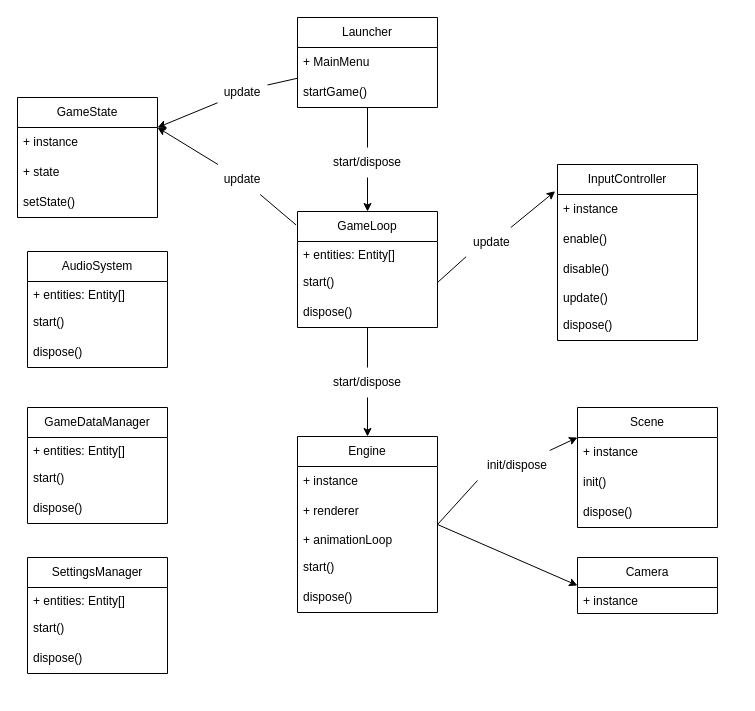
This is docs/serviceDeps.drawio from gionathas/ThreeCraft, a draw.io file, before an edit. Source tidied: cells renumbered, new cells numbered last; positions are measured from the earlier drawing's top-left corner, leaving out a move shared by most shapes. Both pictures are drawn from the tidied source at 100%, with x=0, y=0 at pixel (17, 17).
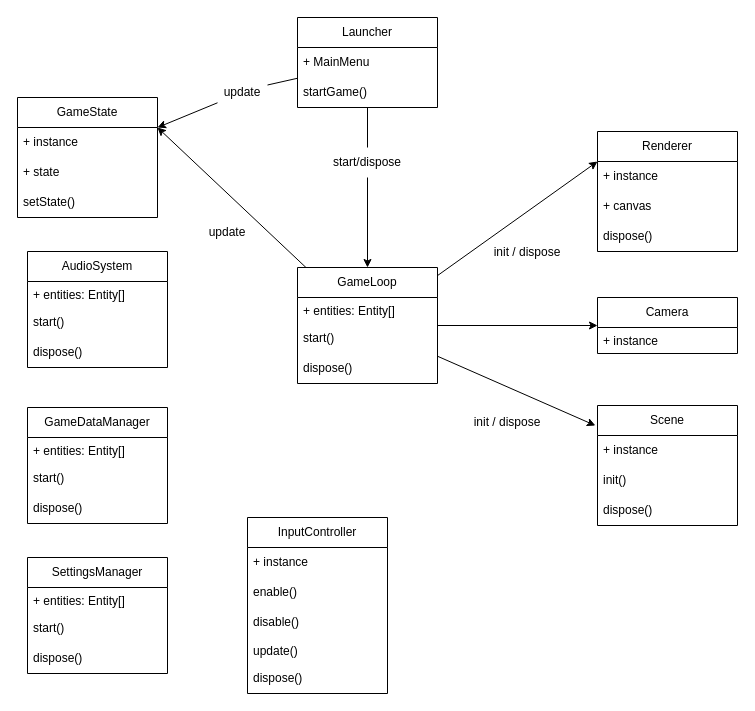
Above is the later version.

Commit message (it also covers changes not shown here):
refactor engine class into renderer class

Unchanged cells that the change refers to:
```xml
<mxCell id="20" value="GameState" style="swimlane;fontStyle=0;horizontal=1;startSize=30;whiteSpace=wrap;html=1;" parent="1" vertex="1">
  <mxGeometry y="80" width="140" height="120" as="geometry" />
</mxCell>
<mxCell id="27" value="start()" style="text;strokeColor=none;fillColor=none;align=left;verticalAlign=middle;spacingLeft=4;spacingRight=4;overflow=hidden;points=[[0,0.5],[1,0.5]];portConstraint=eastwest;whiteSpace=wrap;html=1;" parent="25" vertex="1">
  <mxGeometry y="56" width="140" height="30" as="geometry" />
</mxCell>
```

Diff of the diagram source:
```diff
@@
-    <mxCell id="2" style="edgeStyle=none;html=1;exitX=1;exitY=0.5;exitDx=0;exitDy=0;entryX=0;entryY=0.5;entryDx=0;entryDy=0;" parent="1" edge="1" source="3" target="13">
-      <mxGeometry relative="1" as="geometry" />
-    </mxCell>
-    <mxCell id="3" value="Engine" style="swimlane;fontStyle=0;horizontal=1;startSize=30;whiteSpace=wrap;html=1;" parent="1" vertex="1">
-      <mxGeometry x="280" y="419" width="140" height="176" as="geometry" />
-    </mxCell>
-    <mxCell id="4" value="+ instance" style="text;strokeColor=none;fillColor=none;align=left;verticalAlign=middle;spacingLeft=4;spacingRight=4;overflow=hidden;whiteSpace=wrap;html=1;" parent="3" vertex="1">
-      <mxGeometry y="30" width="140" height="30" as="geometry" />
-    </mxCell>
-    <mxCell id="5" value="+ renderer" style="text;strokeColor=none;fillColor=none;align=left;verticalAlign=middle;spacingLeft=4;spacingRight=4;overflow=hidden;whiteSpace=wrap;html=1;" parent="3" vertex="1">
-      <mxGeometry y="60" width="140" height="30" as="geometry" />
-    </mxCell>
-    <mxCell id="6" value="+ animationLoop" style="text;strokeColor=none;fillColor=none;align=left;verticalAlign=top;spacingLeft=4;spacingRight=4;overflow=hidden;whiteSpace=wrap;html=1;" parent="3" vertex="1">
-      <mxGeometry y="90" width="140" height="26" as="geometry" />
-    </mxCell>
-    <mxCell id="7" value="start()" style="text;strokeColor=none;fillColor=none;align=left;verticalAlign=middle;spacingLeft=4;spacingRight=4;overflow=hidden;whiteSpace=wrap;html=1;" parent="3" vertex="1">
-      <mxGeometry y="116" width="140" height="30" as="geometry" />
-    </mxCell>
-    <mxCell id="8" value="dispose()" style="text;strokeColor=none;fillColor=none;align=left;verticalAlign=middle;spacingLeft=4;spacingRight=4;overflow=hidden;whiteSpace=wrap;html=1;" parent="3" vertex="1">
-      <mxGeometry y="146" width="140" height="30" as="geometry" />
-    </mxCell>
     <mxCell id="9" value="Scene" style="swimlane;fontStyle=0;horizontal=1;startSize=30;whiteSpace=wrap;html=1;" parent="1" vertex="1">
-      <mxGeometry x="560" y="390" width="140" height="120" as="geometry" />
+      <mxGeometry x="580" y="388" width="140" height="120" as="geometry" />
     </mxCell>
@@
     <mxCell id="13" value="Camera" style="swimlane;fontStyle=0;horizontal=1;startSize=30;whiteSpace=wrap;html=1;" parent="1" vertex="1">
-      <mxGeometry x="560" y="540" width="140" height="56" as="geometry" />
+      <mxGeometry x="580" y="280" width="140" height="56" as="geometry" />
     </mxCell>
@@
-    <mxCell id="24" style="edgeStyle=none;html=1;entryX=0.5;entryY=0;entryDx=0;entryDy=0;startArrow=none;" parent="1" edge="1" source="52" target="3">
-      <mxGeometry relative="1" as="geometry" />
-    </mxCell>
+    <mxCell id="62" style="edgeStyle=none;html=1;entryX=0;entryY=0.5;entryDx=0;entryDy=0;" parent="1" edge="1" source="25" target="13">
+      <mxGeometry relative="1" as="geometry" />
+    </mxCell>
+    <mxCell id="63" style="edgeStyle=none;html=1;entryX=0;entryY=0.25;entryDx=0;entryDy=0;" parent="1" edge="1" source="25" target="66">
+      <mxGeometry relative="1" as="geometry" />
+    </mxCell>
+    <mxCell id="64" style="edgeStyle=none;html=1;entryX=-0.015;entryY=0.167;entryDx=0;entryDy=0;entryPerimeter=0;" parent="1" edge="1" source="25" target="9">
+      <mxGeometry relative="1" as="geometry" />
+    </mxCell>
+    <mxCell id="65" style="edgeStyle=none;html=1;entryX=1;entryY=0.25;entryDx=0;entryDy=0;" parent="1" edge="1" source="25" target="20">
+      <mxGeometry relative="1" as="geometry" />
+    </mxCell>
     <mxCell id="25" value="GameLoop" style="swimlane;fontStyle=0;horizontal=1;startSize=30;whiteSpace=wrap;html=1;" parent="1" vertex="1">
-      <mxGeometry x="280" y="194" width="140" height="116" as="geometry" />
+      <mxGeometry x="280" y="250" width="140" height="116" as="geometry" />
     </mxCell>
@@
     <mxCell id="29" value="InputController" style="swimlane;fontStyle=0;horizontal=1;startSize=30;whiteSpace=wrap;html=1;" parent="1" vertex="1">
-      <mxGeometry x="540" y="147" width="140" height="176" as="geometry" />
+      <mxGeometry x="230" y="500" width="140" height="176" as="geometry" />
     </mxCell>
@@
-    <mxCell id="51" style="edgeStyle=none;html=1;entryX=0.5;entryY=0;entryDx=0;entryDy=0;endArrow=none;" parent="1" edge="1" source="25" target="52">
-      <mxGeometry relative="1" as="geometry" />
-    </mxCell>
-    <mxCell id="52" value="start/dispose" style="text;html=1;strokeColor=none;fillColor=none;align=center;verticalAlign=middle;whiteSpace=wrap;rounded=0;" parent="1" vertex="1">
-      <mxGeometry x="305" y="350" width="90" height="30" as="geometry" />
-    </mxCell>
-    <mxCell id="53" style="edgeStyle=none;html=1;entryX=1;entryY=0.25;entryDx=0;entryDy=0;startArrow=none;" parent="1" edge="1" source="55" target="20">
-      <mxGeometry relative="1" as="geometry" />
-    </mxCell>
-    <mxCell id="54" style="edgeStyle=none;html=1;endArrow=none;exitX=-0.01;exitY=0.116;exitDx=0;exitDy=0;exitPerimeter=0;" parent="1" edge="1" source="25" target="55">
-      <mxGeometry relative="1" as="geometry" />
-    </mxCell>
+    <mxCell id="66" value="Renderer" style="swimlane;fontStyle=0;horizontal=1;startSize=30;whiteSpace=wrap;html=1;" parent="1" vertex="1">
+      <mxGeometry x="580" y="114" width="140" height="120" as="geometry" />
+    </mxCell>
+    <mxCell id="4" value="+ instance" style="text;strokeColor=none;fillColor=none;align=left;verticalAlign=middle;spacingLeft=4;spacingRight=4;overflow=hidden;whiteSpace=wrap;html=1;" parent="66" vertex="1">
+      <mxGeometry y="30" width="140" height="30" as="geometry" />
+    </mxCell>
+    <mxCell id="67" value="+ canvas" style="text;strokeColor=none;fillColor=none;align=left;verticalAlign=middle;spacingLeft=4;spacingRight=4;overflow=hidden;whiteSpace=wrap;html=1;" parent="66" vertex="1">
+      <mxGeometry y="60" width="140" height="30" as="geometry" />
+    </mxCell>
+    <mxCell id="8" value="dispose()" style="text;strokeColor=none;fillColor=none;align=left;verticalAlign=middle;spacingLeft=4;spacingRight=4;overflow=hidden;whiteSpace=wrap;html=1;" parent="66" vertex="1">
+      <mxGeometry y="90" width="140" height="30" as="geometry" />
+    </mxCell>
+    <mxCell id="68" value="init / dispose" style="text;html=1;strokeColor=none;fillColor=none;align=center;verticalAlign=middle;whiteSpace=wrap;rounded=0;" parent="1" vertex="1">
+      <mxGeometry x="470" y="220" width="80" height="30" as="geometry" />
+    </mxCell>
+    <mxCell id="69" value="init / dispose" style="text;html=1;strokeColor=none;fillColor=none;align=center;verticalAlign=middle;whiteSpace=wrap;rounded=0;" parent="1" vertex="1">
+      <mxGeometry x="450" y="390" width="80" height="30" as="geometry" />
+    </mxCell>
     <mxCell id="55" value="update" style="text;html=1;strokeColor=none;fillColor=none;align=center;verticalAlign=middle;whiteSpace=wrap;rounded=0;" parent="1" vertex="1">
-      <mxGeometry x="180" y="147" width="90" height="30" as="geometry" />
+      <mxGeometry x="170" y="200" width="80" height="30" as="geometry" />
     </mxCell>
-    <mxCell id="56" style="edgeStyle=none;html=1;exitX=1;exitY=0.5;exitDx=0;exitDy=0;endArrow=none;entryX=0;entryY=1;entryDx=0;entryDy=0;" parent="1" edge="1" source="3" target="58">
-      <mxGeometry relative="1" as="geometry" />
-    </mxCell>
-    <mxCell id="57" style="edgeStyle=none;html=1;entryX=0;entryY=0.25;entryDx=0;entryDy=0;" parent="1" edge="1" source="58" target="9">
-      <mxGeometry relative="1" as="geometry" />
-    </mxCell>
-    <mxCell id="58" value="init/dispose" style="text;html=1;strokeColor=none;fillColor=none;align=center;verticalAlign=middle;whiteSpace=wrap;rounded=0;" parent="1" vertex="1">
-      <mxGeometry x="460" y="433" width="80" height="30" as="geometry" />
-    </mxCell>
-    <mxCell id="59" style="edgeStyle=none;html=1;exitX=1;exitY=0.5;exitDx=0;exitDy=0;endArrow=none;entryX=-0.027;entryY=0.972;entryDx=0;entryDy=0;entryPerimeter=0;" parent="1" edge="1" source="27" target="61">
-      <mxGeometry relative="1" as="geometry" />
-    </mxCell>
-    <mxCell id="60" style="edgeStyle=none;html=1;entryX=-0.017;entryY=0.152;entryDx=0;entryDy=0;entryPerimeter=0;" parent="1" edge="1" source="61" target="29">
-      <mxGeometry relative="1" as="geometry" />
-    </mxCell>
-    <mxCell id="61" value="update" style="text;strokeColor=none;fillColor=none;align=left;verticalAlign=middle;spacingLeft=4;spacingRight=4;overflow=hidden;points=[[0,0.5],[1,0.5]];portConstraint=eastwest;whiteSpace=wrap;html=1;" parent="1" vertex="1">
-      <mxGeometry x="450" y="210" width="50" height="30" as="geometry" />
-    </mxCell>
```
